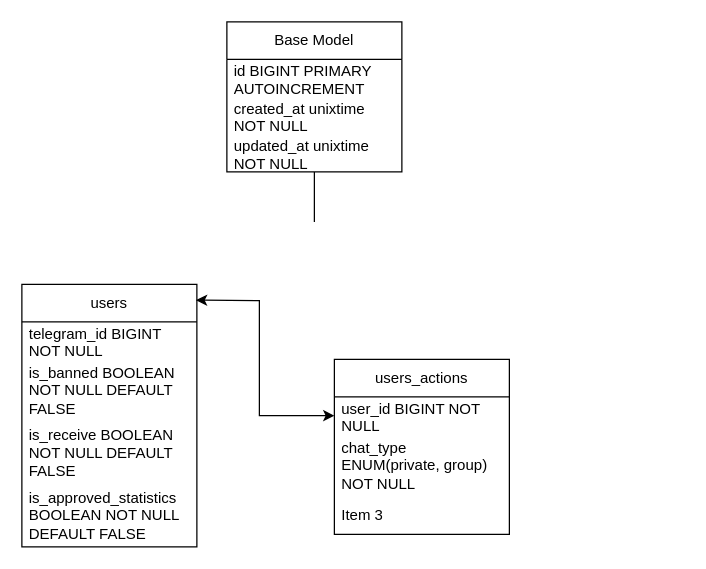
This is page "db-scheme" (1 of 2) of schemes.drawio from Lirqetes/LauraChatManager, a draw.io file, before an edit. Source tidied: cells renumbered, new cells numbered last; positions are measured from the earlier drawing's top-left corner, leaving out a move shared by most shapes. Both pictures are drawn from the tidied source at 125%, with x=0, y=0 at pixel (21, 21).
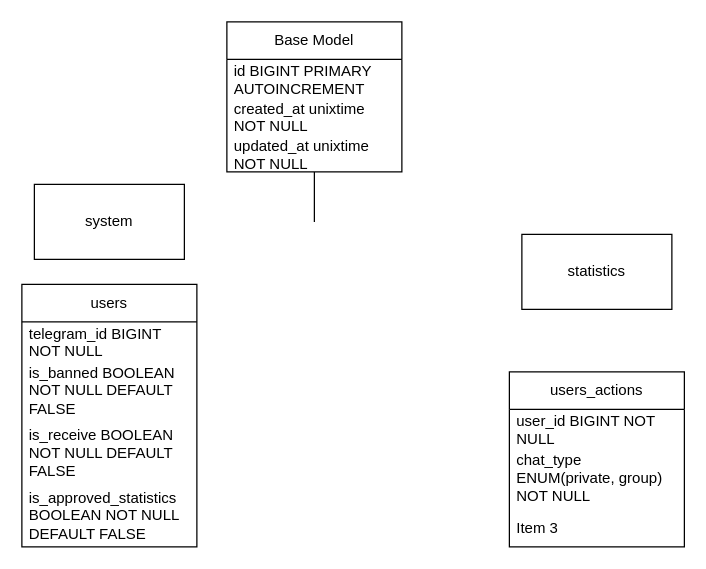
Above is the later version.

Commit message (it also covers changes not shown here):
Released first model in system scheme

Diff of the diagram source:
```diff
@@
 <mxGraphModel>
   <root>
     <mxCell id="0" />
     <mxCell id="1" parent="0" />
     <mxCell id="2" value="Base Model" style="swimlane;fontStyle=0;horizontal=1;startSize=30;whiteSpace=wrap;html=1;" parent="1" vertex="1">
       <mxGeometry x="164" width="140" height="120" as="geometry" />
     </mxCell>
     <mxCell id="3" value="id BIGINT PRIMARY AUTOINCREMENT" style="text;strokeColor=none;fillColor=none;align=left;verticalAlign=middle;spacingLeft=4;spacingRight=4;overflow=hidden;whiteSpace=wrap;html=1;" parent="2" vertex="1">
       <mxGeometry y="30" width="140" height="30" as="geometry" />
     </mxCell>
     <mxCell id="4" value="created_at unixtime NOT NULL" style="text;strokeColor=none;fillColor=none;align=left;verticalAlign=middle;spacingLeft=4;spacingRight=4;overflow=hidden;whiteSpace=wrap;html=1;" parent="2" vertex="1">
       <mxGeometry y="60" width="140" height="30" as="geometry" />
     </mxCell>
     <mxCell id="5" value="&lt;span style=&quot;color: rgb(0, 0, 0);&quot;&gt;updated_at unixtime NOT NULL&lt;/span&gt;" style="text;strokeColor=none;fillColor=none;align=left;verticalAlign=middle;spacingLeft=4;spacingRight=4;overflow=hidden;whiteSpace=wrap;html=1;" parent="2" vertex="1">
       <mxGeometry y="90" width="140" height="30" as="geometry" />
     </mxCell>
     <mxCell id="6" style="endArrow=none;html=1;entryX=0.5;entryY=1;entryDx=0;entryDy=0;" parent="1" edge="1" target="2">
       <mxGeometry relative="1" as="geometry">
         <mxPoint x="234" y="160" as="sourcePoint" />
       </mxGeometry>
     </mxCell>
     <mxCell id="7" value="users" style="swimlane;fontStyle=0;horizontal=1;startSize=30;whiteSpace=wrap;html=1;" parent="1" vertex="1">
       <mxGeometry y="210" width="140" height="210" as="geometry" />
     </mxCell>
     <mxCell id="8" value="telegram_id BIGINT NOT NULL" style="text;strokeColor=none;fillColor=none;align=left;verticalAlign=middle;spacingLeft=4;spacingRight=4;overflow=hidden;whiteSpace=wrap;html=1;" parent="7" vertex="1">
       <mxGeometry y="30" width="140" height="30" as="geometry" />
     </mxCell>
     <mxCell id="9" value="is_banned BOOLEAN NOT NULL DEFAULT FALSE" style="text;strokeColor=none;fillColor=none;align=left;verticalAlign=middle;spacingLeft=4;spacingRight=4;overflow=hidden;whiteSpace=wrap;html=1;" parent="7" vertex="1">
       <mxGeometry y="60" width="140" height="50" as="geometry" />
     </mxCell>
     <mxCell id="10" value="is_receive BOOLEAN NOT NULL DEFAULT FALSE" style="text;strokeColor=none;fillColor=none;align=left;verticalAlign=middle;spacingLeft=4;spacingRight=4;overflow=hidden;whiteSpace=wrap;html=1;" parent="7" vertex="1">
       <mxGeometry y="110" width="140" height="50" as="geometry" />
     </mxCell>
     <mxCell id="11" value="is_approved_statistics BOOLEAN NOT NULL DEFAULT FALSE" style="text;strokeColor=none;fillColor=none;align=left;verticalAlign=middle;spacingLeft=4;spacingRight=4;overflow=hidden;whiteSpace=wrap;html=1;" parent="7" vertex="1">
       <mxGeometry y="160" width="140" height="50" as="geometry" />
     </mxCell>
     <mxCell id="12" value="users_actions" style="swimlane;fontStyle=0;horizontal=1;startSize=30;whiteSpace=wrap;html=1;" parent="1" vertex="1">
-      <mxGeometry x="250" y="270" width="140" height="140" as="geometry" />
+      <mxGeometry x="390" y="280" width="140" height="140" as="geometry" />
     </mxCell>
     <mxCell id="13" value="user_id BIGINT NOT NULL" style="text;strokeColor=none;fillColor=none;align=left;verticalAlign=middle;spacingLeft=4;spacingRight=4;overflow=hidden;points=[[0,0.5],[1,0.5]];portConstraint=eastwest;whiteSpace=wrap;html=1;" parent="12" vertex="1">
       <mxGeometry y="30" width="140" height="30" as="geometry" />
     </mxCell>
     <mxCell id="14" value="chat_type ENUM(private, group) NOT NULL" style="text;strokeColor=none;fillColor=none;align=left;verticalAlign=middle;spacingLeft=4;spacingRight=4;overflow=hidden;whiteSpace=wrap;html=1;" parent="12" vertex="1">
       <mxGeometry y="60" width="140" height="50" as="geometry" />
     </mxCell>
     <mxCell id="15" value="Item 3" style="text;strokeColor=none;fillColor=none;align=left;verticalAlign=middle;spacingLeft=4;spacingRight=4;overflow=hidden;whiteSpace=wrap;html=1;" parent="12" vertex="1">
       <mxGeometry y="110" width="140" height="30" as="geometry" />
     </mxCell>
-    <mxCell id="16" style="endArrow=classic;startArrow=classic;html=1;entryX=0;entryY=0.5;entryDx=0;entryDy=0;exitX=0.995;exitY=0.06;exitDx=0;exitDy=0;exitPerimeter=0;rounded=0;curved=0;" parent="1" edge="1" source="7" target="13">
-      <mxGeometry relative="1" as="geometry">
-        <Array as="points">
-          <mxPoint x="190" y="223" />
-          <mxPoint x="190" y="315" />
-        </Array>
-      </mxGeometry>
-    </mxCell>
+    <mxCell id="17" value="system" style="rounded=0;whiteSpace=wrap;html=1;" parent="1" vertex="1">
+      <mxGeometry x="10" y="130" width="120" height="60" as="geometry" />
+    </mxCell>
+    <mxCell id="18" value="statistics" style="rounded=0;whiteSpace=wrap;html=1;" parent="1" vertex="1">
+      <mxGeometry x="400" y="170" width="120" height="60" as="geometry" />
+    </mxCell>
   </root>
 </mxGraphModel>
```
